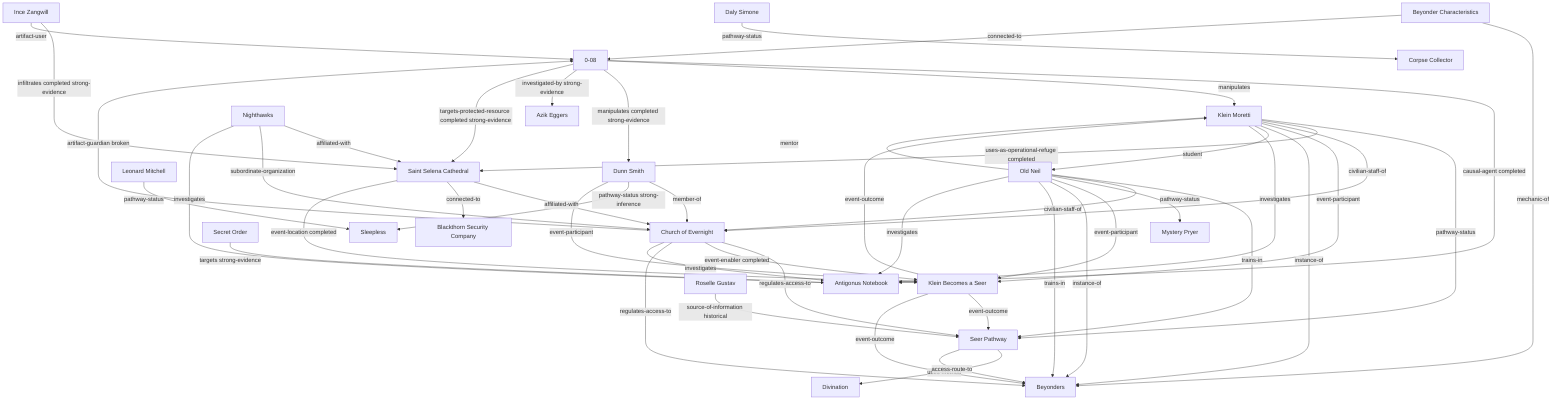
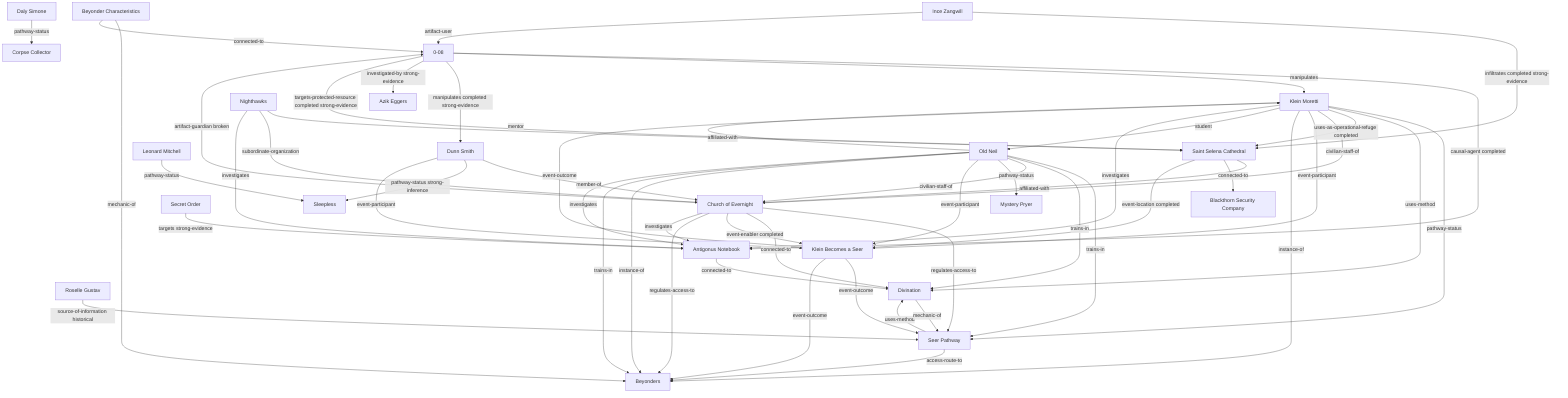
graph TD
  artifact_0_08["0-08"]
  artifact_antigonus_notebook["Antigonus Notebook"]
  character_azik_eggers["Azik Eggers"]
  character_daly_simone["Daly Simone"]
  character_dunn_smith["Dunn Smith"]
  character_ince_zangwill["Ince Zangwill"]
  character_klein_moretti["Klein Moretti"]
  character_leonard_mitchell["Leonard Mitchell"]
  character_old_neil["Old Neil"]
  character_roselle_gustav["Roselle Gustav"]
  concept_beyonder_characteristics["Beyonder Characteristics"]
  concept_beyonders["Beyonders"]
  concept_divination["Divination"]
  event_klein_becomes_a_seer["Klein Becomes a Seer"]
  faction_church_of_evernight["Church of Evernight"]
  faction_nighthawks["Nighthawks"]
  faction_secret_order["Secret Order"]
  location_blackthorn_security_company["Blackthorn Security Company"]
  location_saint_selena_cathedral["Saint Selena Cathedral"]
  pathway_corpse_collector["Corpse Collector"]
  pathway_mystery_pryer["Mystery Pryer"]
  pathway_seer["Seer Pathway"]
  pathway_sleepless["Sleepless"]

  character_klein_moretti -->|pathway-status| pathway_seer
  event_klein_becomes_a_seer -->|event-outcome| pathway_seer
  faction_church_of_evernight -->|regulates-access-to| pathway_seer
  character_old_neil -->|trains-in| pathway_seer
  character_roselle_gustav -->|source-of-information historical| pathway_seer
  pathway_seer -->|uses-method| concept_divination
+   concept_divination -->|mechanic-of| pathway_seer
+   character_old_neil -->|trains-in| concept_divination
+   character_klein_moretti -->|uses-method| concept_divination
+   faction_church_of_evernight -->|connected-to| concept_divination
+   artifact_antigonus_notebook -->|connected-to| concept_divination
  pathway_seer -->|access-route-to| concept_beyonders
  location_saint_selena_cathedral -->|affiliated-with| faction_church_of_evernight
  faction_nighthawks -->|affiliated-with| location_saint_selena_cathedral
  character_klein_moretti -->|uses-as-operational-refuge completed| location_saint_selena_cathedral
  location_saint_selena_cathedral -->|connected-to| location_blackthorn_security_company
  location_saint_selena_cathedral -->|event-location completed| event_klein_becomes_a_seer
  character_ince_zangwill -->|infiltrates completed strong-evidence| location_saint_selena_cathedral
  faction_nighthawks -->|subordinate-organization| faction_church_of_evernight
  character_klein_moretti -->|civilian-staff-of| faction_church_of_evernight
  character_dunn_smith -->|member-of| faction_church_of_evernight
  character_old_neil -->|civilian-staff-of| faction_church_of_evernight
  faction_church_of_evernight -->|artifact-guardian broken| artifact_0_08
  character_leonard_mitchell -->|pathway-status| pathway_sleepless
  character_dunn_smith -->|pathway-status strong-inference| pathway_sleepless
  character_old_neil -->|pathway-status| pathway_mystery_pryer
  faction_church_of_evernight -->|event-enabler completed| event_klein_becomes_a_seer
  faction_church_of_evernight -->|regulates-access-to| concept_beyonders
  character_daly_simone -->|pathway-status| pathway_corpse_collector
  character_klein_moretti -->|event-participant| event_klein_becomes_a_seer
  character_old_neil -->|event-participant| event_klein_becomes_a_seer
  character_dunn_smith -->|event-participant| event_klein_becomes_a_seer
  event_klein_becomes_a_seer -->|event-outcome| character_klein_moretti
  concept_beyonder_characteristics -->|mechanic-of| concept_beyonders
  concept_beyonder_characteristics -->|connected-to| artifact_0_08
  character_klein_moretti -->|instance-of| concept_beyonders
  event_klein_becomes_a_seer -->|event-outcome| concept_beyonders
  character_old_neil -->|instance-of| concept_beyonders
  character_old_neil -->|trains-in| concept_beyonders
  character_old_neil -->|mentor| character_klein_moretti
  character_klein_moretti -->|student| character_old_neil
  character_ince_zangwill -->|artifact-user| artifact_0_08
  faction_church_of_evernight -->|investigates| artifact_antigonus_notebook
  character_klein_moretti -->|investigates| artifact_antigonus_notebook
  faction_nighthawks -->|investigates| artifact_antigonus_notebook
  character_old_neil -->|investigates| artifact_antigonus_notebook
  faction_secret_order -->|targets strong-evidence| artifact_antigonus_notebook
  artifact_0_08 -->|causal-agent completed| artifact_antigonus_notebook
  artifact_0_08 -->|manipulates| character_klein_moretti
  artifact_0_08 -->|manipulates completed strong-evidence| character_dunn_smith
  artifact_0_08 -->|investigated-by strong-evidence| character_azik_eggers
  artifact_0_08 -->|targets-protected-resource completed strong-evidence| location_saint_selena_cathedral
